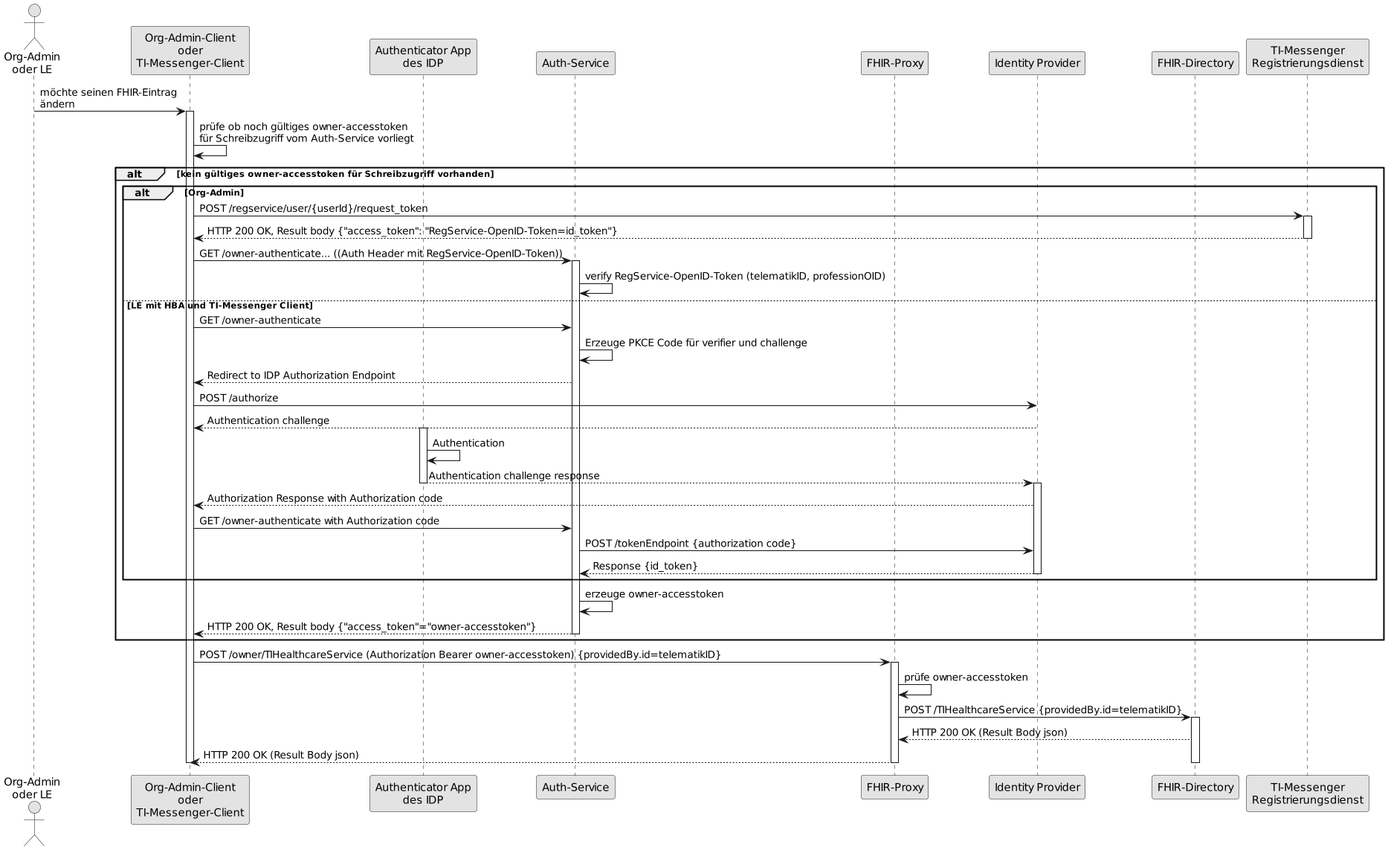
Above: images/diagrams/architecture/SequenceDiagram.FHIR-Directory.owner.png in gematik/api-ti-messenger (PlantUML), before the change.
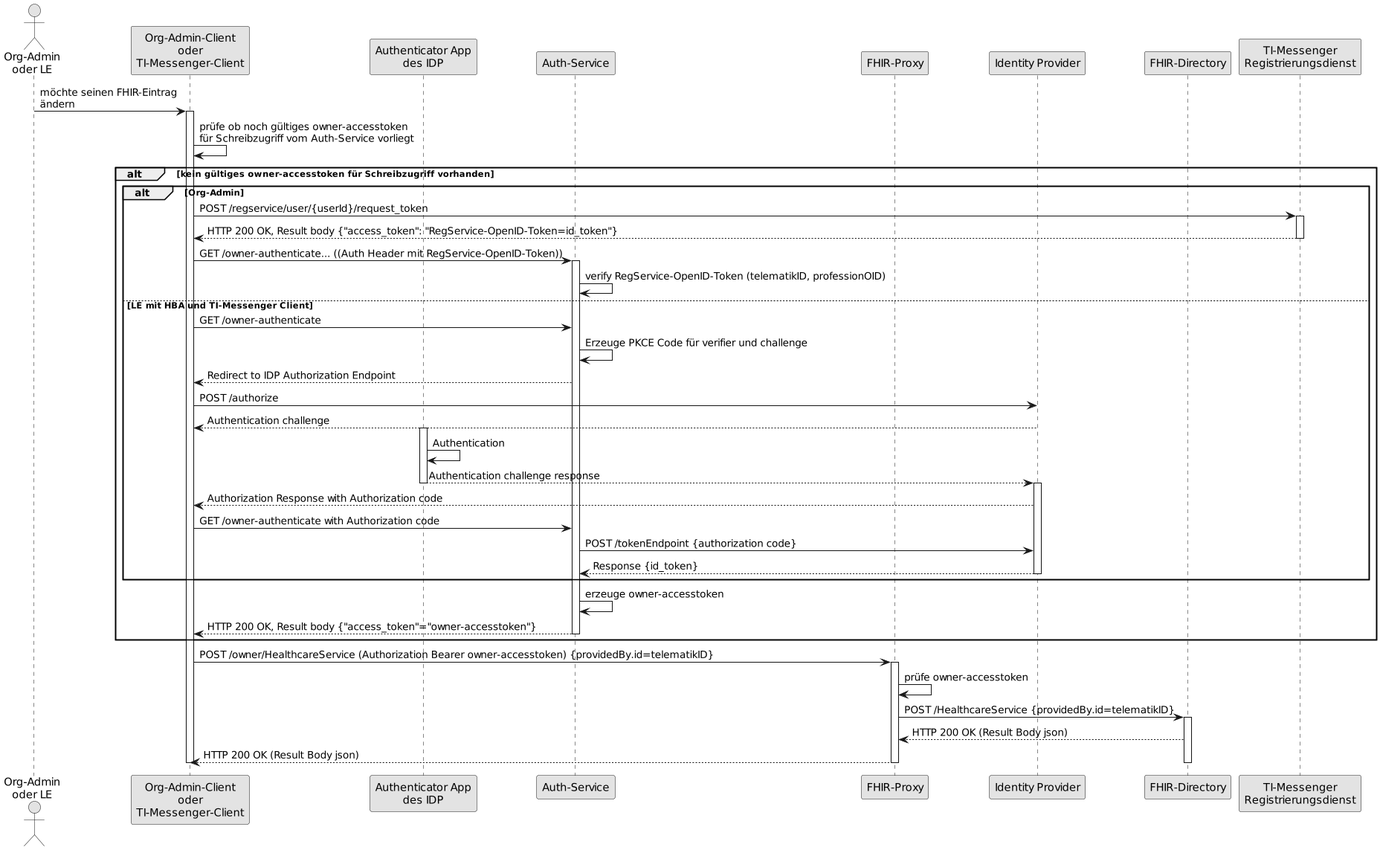
The same diagram one commit later.

Diff of the diagram source:
```diff
@@ -1,4 +1,4 @@
-@startuml FHIR-Directory, Sequenzdiagram Änderung von eigenen -Einträgen
+@startuml FHIR-Directory, Sequenzdiagram Änderung von eigenen Einträgen
 skinparam dpi 100
 skinparam WrapWidth 200
 skinparam monochrome true
@@ -45,10 +45,10 @@
 au --> cl: HTTP 200 OK, Result body {"access_token"="owner-accesstoken"}
 deactivate au
 end
-cl -> fp: POST /owner/TIHealthcareService (Authorization Bearer owner-accesstoken) {providedBy.id=telematikID}
+cl -> fp: POST /owner/HealthcareService (Authorization Bearer owner-accesstoken) {providedBy.id=telematikID}
 activate fp
 fp -> fp: prüfe owner-accesstoken
-fp -> fd: POST /TIHealthcareService {providedBy.id=telematikID}
+fp -> fd: POST /HealthcareService {providedBy.id=telematikID}
 activate fd
 fd --> fp: HTTP 200 OK (Result Body json)
 fp --> cl: HTTP 200 OK (Result Body json)
```
